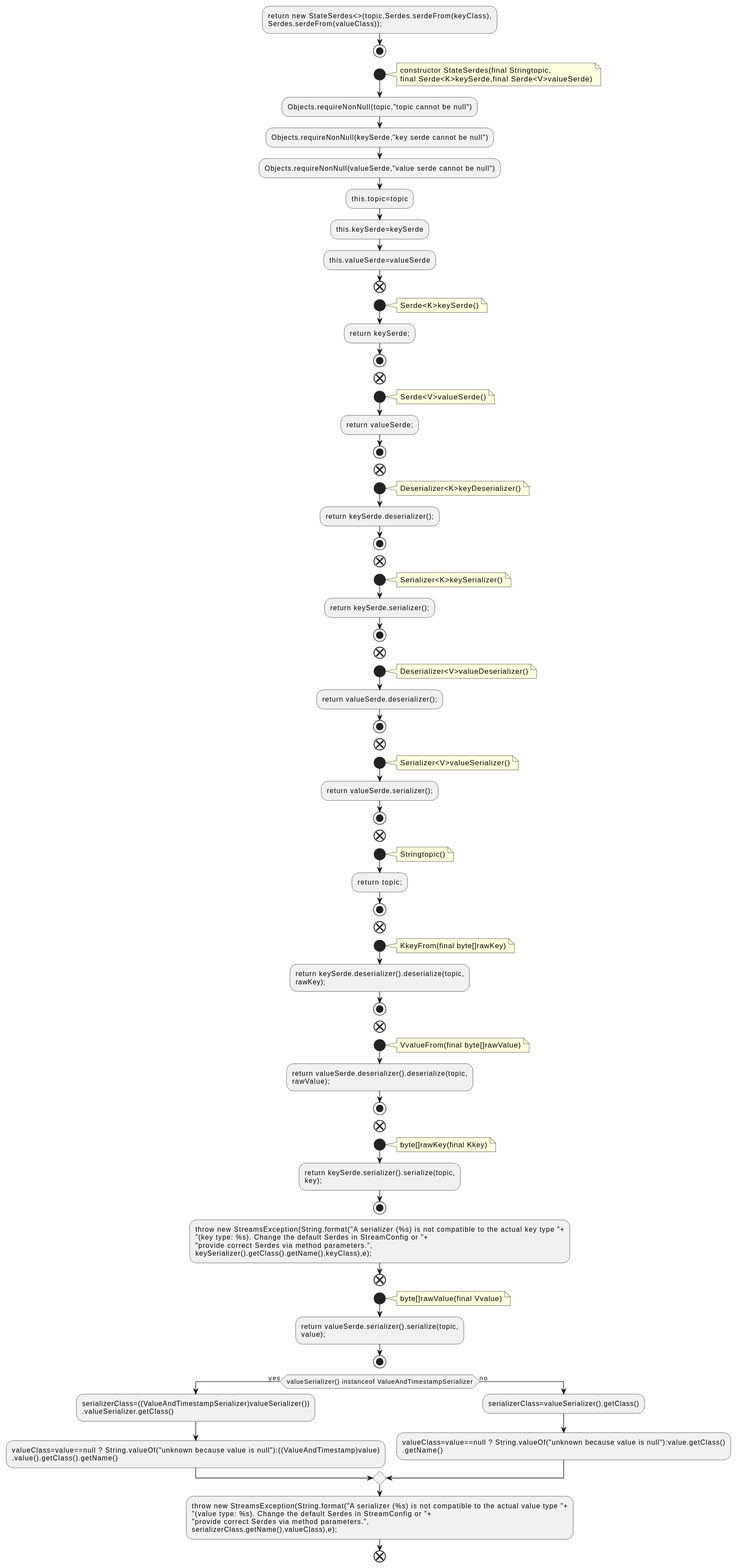
This is docs/qc/streams/src/main/java/org/apache/kafka/streams/state/StateSerdes.java.fct.svg from qualitesys/kafka, a PlantUML export, as it was before one commit.
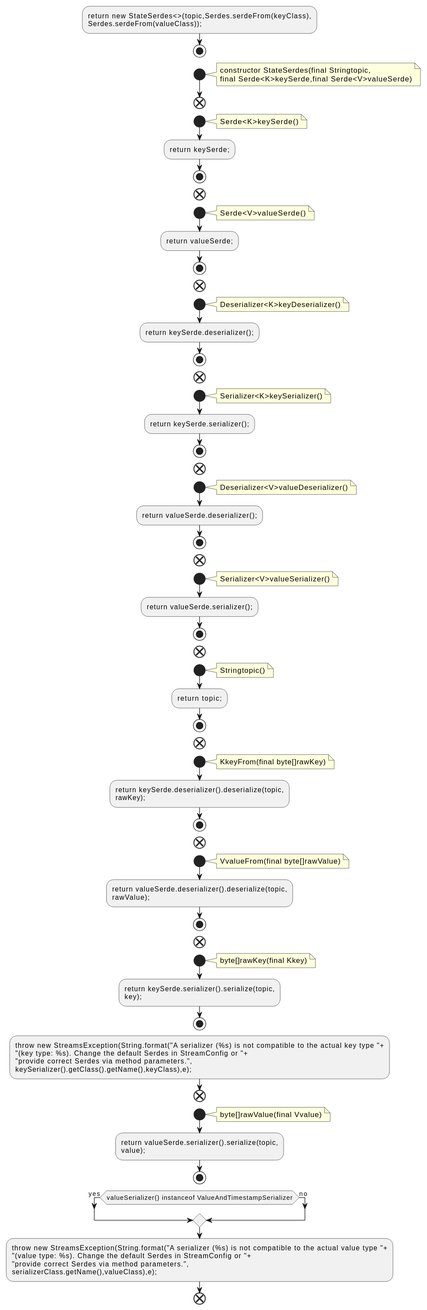
After the commit.

What changed in the source:
```diff
@@ -8,12 +8,6 @@
 constructor StateSerdes(final Stringtopic,
 final Serde<K>keySerde,final Serde<V>valueSerde)
 end note
-:Objects.requireNonNull(topic,"topic cannot be null");
-:Objects.requireNonNull(keySerde,"key serde cannot be null");
-:Objects.requireNonNull(valueSerde,"value serde cannot be null");
-:this.topic=topic;
-:this.keySerde=keySerde;
-:this.valueSerde=valueSerde;
 end
 start
 note right
@@ -100,14 +94,7 @@
 value);;
 stop
 if (valueSerializer() instanceof ValueAndTimestampSerializer) then (yes)
-:serializerClass=((ValueAndTimestampSerializer)valueSerializer())
-.valueSerializer.getClass();
-:valueClass=value==null ? String.valueOf("unknown because value is null"):((ValueAndTimestamp)value)
-.value().getClass().getName();
 else (no)
-:serializerClass=valueSerializer().getClass();
-:valueClass=value==null ? String.valueOf("unknown because value is null"):value.getClass()
-.getName();
 endif
 :throw new StreamsException(String.format("A serializer (%s) is not compatible to the actual value type "+
 "(value type: %s). Change the default Serdes in StreamConfig or "+
```
